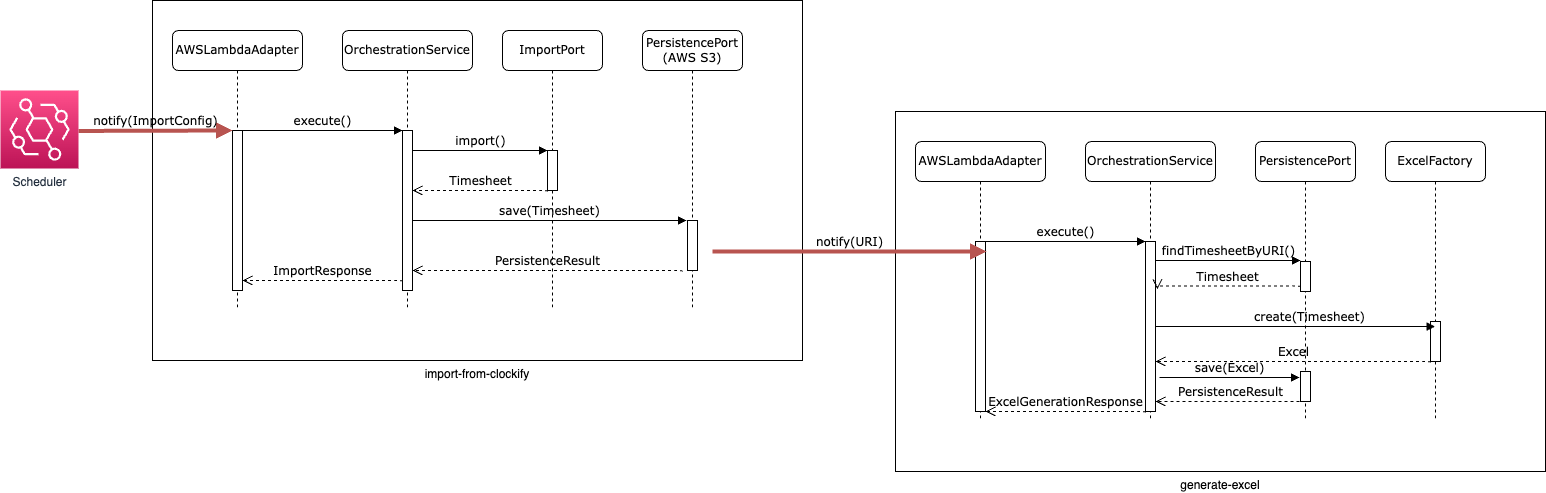
tinohertlein/timesheet-wizard keeps this draw.io diagram as doc/assets/dynamic-level-1.drawio.png. Above is the earlier version. Source tidied: cells renumbered, new cells last; positions are measured from the earlier drawing's top-left corner, leaving out a move shared by most shapes.
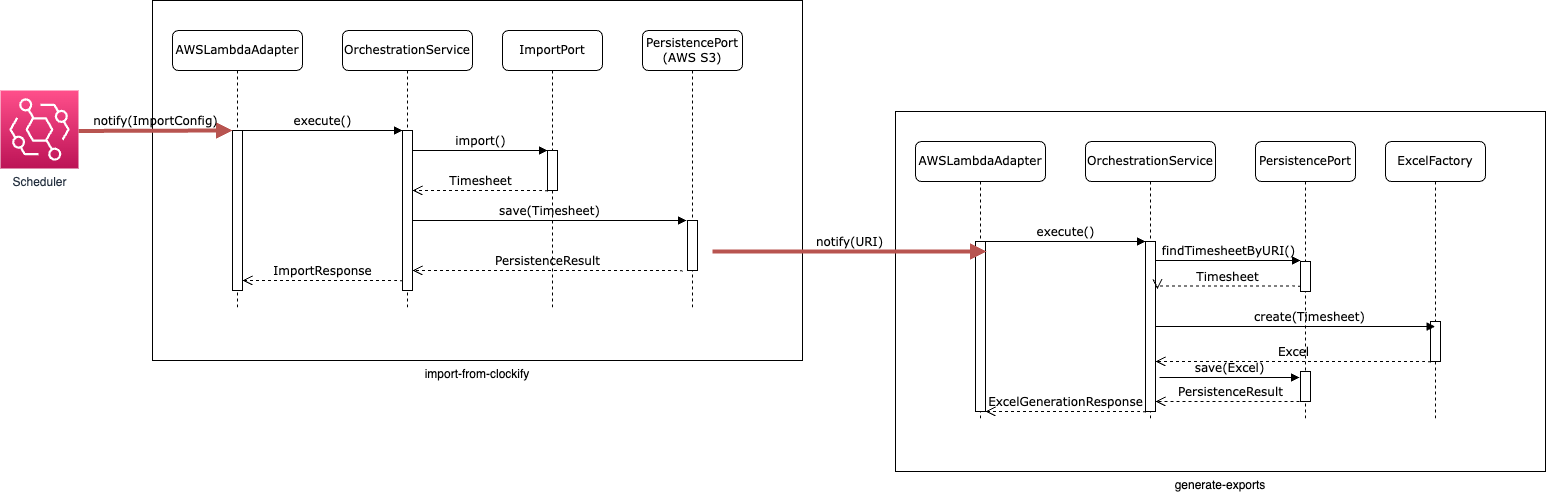
After the change.

Commit message:
docs: rename generate-excel to generate-exports

What changed in the source:
```diff
@@ -2,7 +2,7 @@
   <root>
     <mxCell id="0" />
     <mxCell id="1" parent="0" />
-    <mxCell id="2" value="generate-excel" style="rounded=0;whiteSpace=wrap;html=1;labelPosition=center;verticalLabelPosition=bottom;align=center;verticalAlign=top;" parent="1" vertex="1">
+    <mxCell id="2" value="generate-exports" style="rounded=0;whiteSpace=wrap;html=1;labelPosition=center;verticalLabelPosition=bottom;align=center;verticalAlign=top;" parent="1" vertex="1">
       <mxGeometry x="895" y="111" width="650" height="360" as="geometry" />
     </mxCell>
     <mxCell id="3" value="import-from-clockify" style="rounded=0;whiteSpace=wrap;html=1;labelPosition=center;verticalLabelPosition=bottom;align=center;verticalAlign=top;" parent="1" vertex="1">
```
